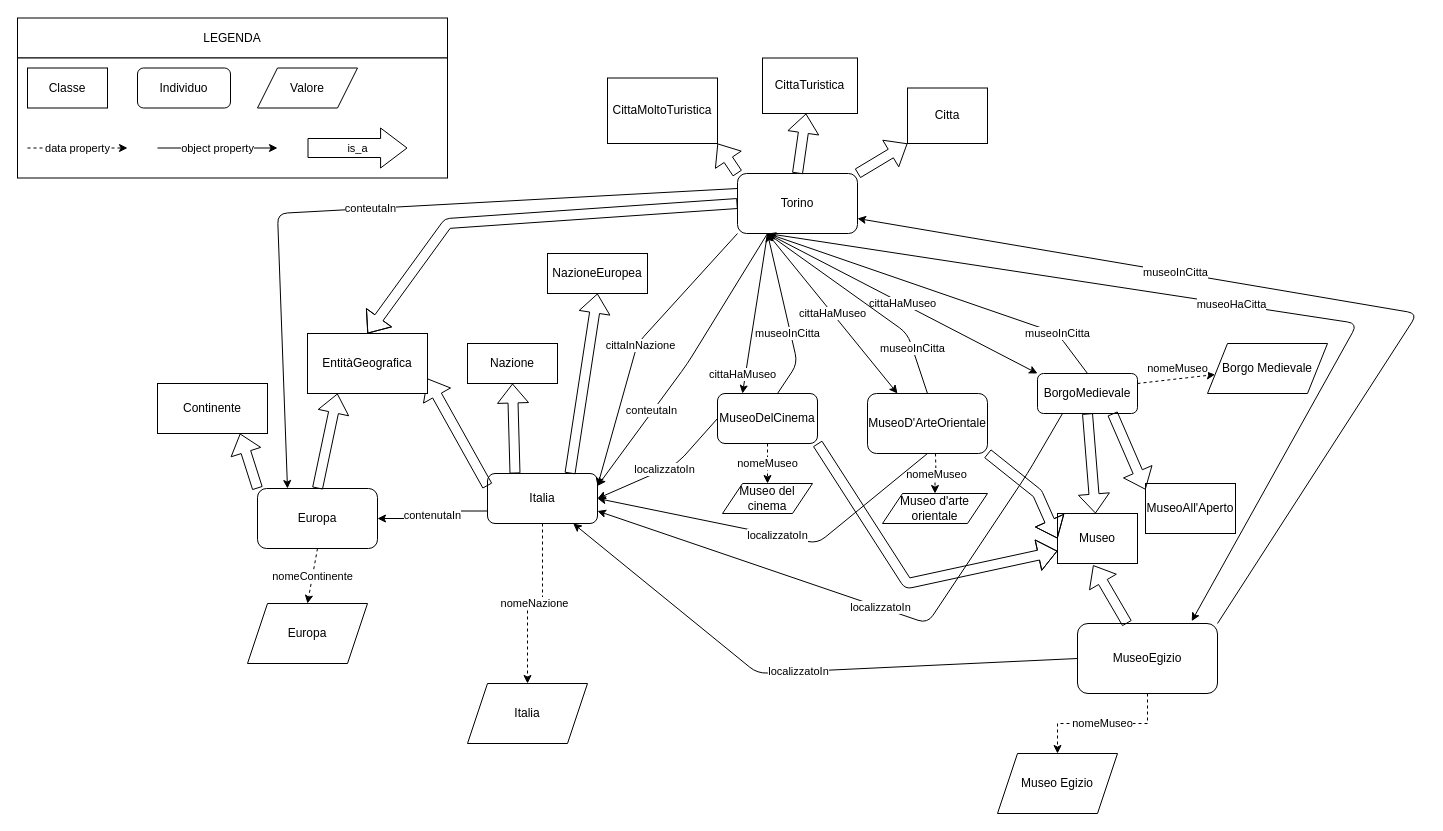
Above: templateMuseo.drawio in ModSem20-21/MuseumOntology (draw.io), before the change. Source tidied: cells renumbered, new cells numbered last; positions are measured from the earlier drawing's top-left corner, leaving out a move shared by most shapes. Both pictures are drawn from the tidied source at 100%, with x=0, y=0 at pixel (17, 17).
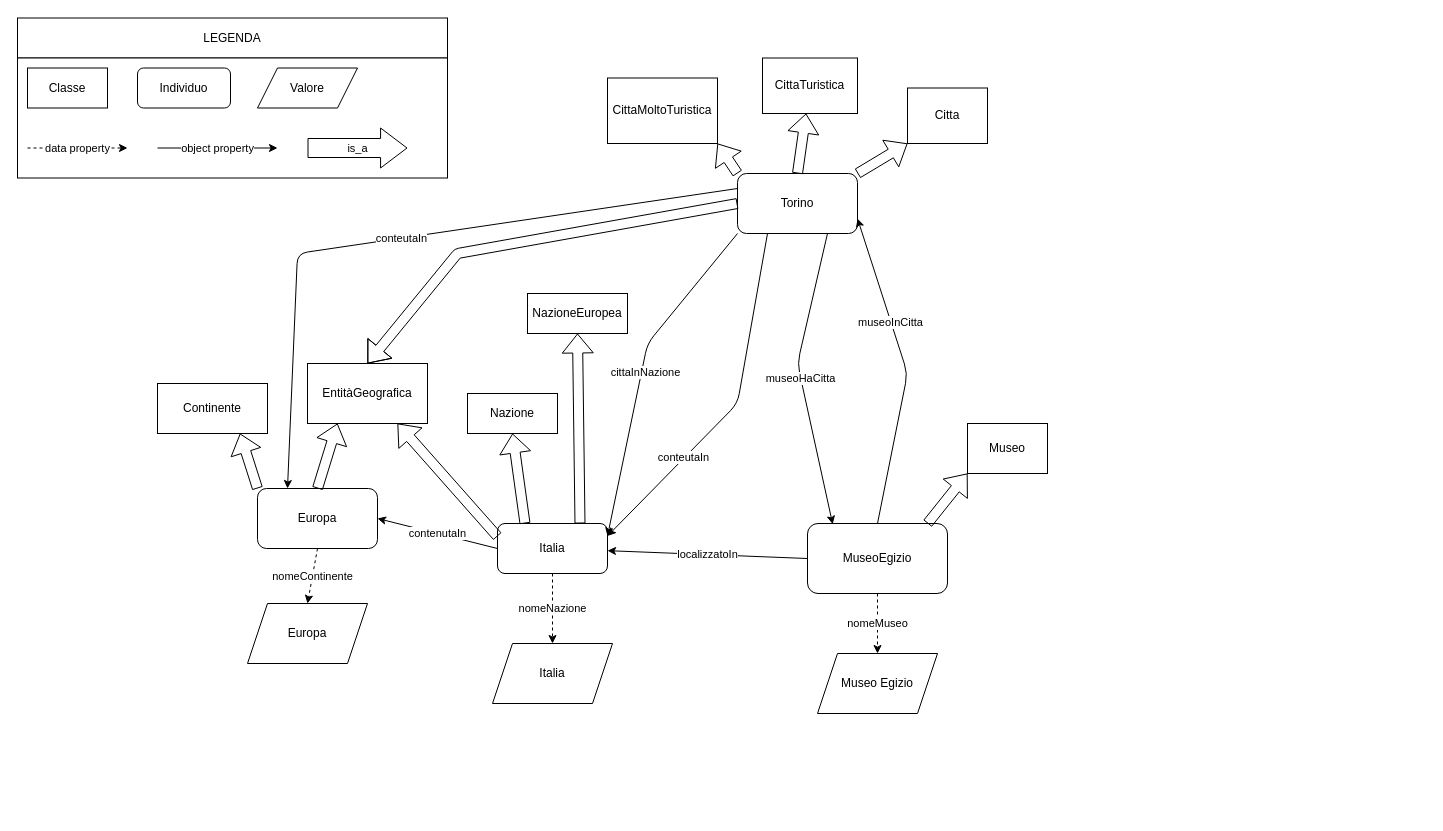
Above is the later version.

Commit message:
update template for museum

The change refers to these unchanged cells:
```xml
<mxCell id="17" value="Torino" style="rounded=1;whiteSpace=wrap;html=1;" parent="1" vertex="1">
  <mxGeometry x="720" y="156" width="120" height="60" as="geometry" />
</mxCell>
<mxCell id="26" value="Europa" style="rounded=1;whiteSpace=wrap;html=1;" parent="1" vertex="1">
  <mxGeometry x="240" y="471" width="120" height="60" as="geometry" />
</mxCell>
```

Change to the diagram source:
```diff
@@
     <mxCell id="11" value="MuseoEgizio" style="rounded=1;whiteSpace=wrap;html=1;" parent="1" vertex="1">
-      <mxGeometry x="1060" y="606" width="140" height="70" as="geometry" />
+      <mxGeometry x="790" y="506" width="140" height="70" as="geometry" />
     </mxCell>
-    <mxCell id="12" style="shape=flexArrow;endArrow=classic;html=1;entryX=0.445;entryY=1.033;entryDx=0;entryDy=0;entryPerimeter=0;" parent="1" edge="1" source="11" target="13">
-      <mxGeometry relative="1" as="geometry" />
+    <mxCell id="12" style="shape=flexArrow;endArrow=classic;html=1;entryX=0;entryY=1;entryDx=0;entryDy=0;" parent="1" edge="1" target="13">
+      <mxGeometry relative="1" as="geometry">
+        <mxPoint x="910" y="506" as="sourcePoint" />
+      </mxGeometry>
     </mxCell>
     <mxCell id="13" value="Museo" style="rounded=0;whiteSpace=wrap;html=1;" parent="1" vertex="1">
-      <mxGeometry x="1040" y="496" width="80" height="50" as="geometry" />
+      <mxGeometry x="950" y="406" width="80" height="50" as="geometry" />
     </mxCell>
@@
-    <mxCell id="15" value="contenutaIn" style="edgeStyle=orthogonalEdgeStyle;rounded=0;jettySize=auto;html=1;exitX=0;exitY=0.75;exitDx=0;exitDy=0;entryX=1;entryY=0.5;entryDx=0;entryDy=0;" parent="1" edge="1" source="16" target="26">
-      <mxGeometry relative="1" as="geometry" />
-    </mxCell>
     <mxCell id="16" value="Italia" style="rounded=1;whiteSpace=wrap;html=1;" parent="1" vertex="1">
-      <mxGeometry x="470" y="456" width="110" height="50" as="geometry" />
+      <mxGeometry x="480" y="506" width="110" height="50" as="geometry" />
     </mxCell>
@@
     <mxCell id="18" value="localizzatoIn" style="endArrow=classic;html=1;exitX=0;exitY=0.5;exitDx=0;exitDy=0;" parent="1" edge="1" source="11" target="16">
-      <mxGeometry relative="1" as="geometry">
-        <Array as="points">
-          <mxPoint x="740" y="656" />
-        </Array>
-      </mxGeometry>
+      <mxGeometry relative="1" as="geometry" />
     </mxCell>
-    <mxCell id="19" value="museoInCitta" style="endArrow=classic;html=1;exitX=1;exitY=0;exitDx=0;exitDy=0;entryX=1;entryY=0.75;entryDx=0;entryDy=0;" parent="1" edge="1" source="11" target="17">
+    <mxCell id="19" value="museoInCitta" style="endArrow=classic;html=1;exitX=0.5;exitY=0;exitDx=0;exitDy=0;entryX=1;entryY=0.75;entryDx=0;entryDy=0;" parent="1" edge="1" source="11" target="17">
       <mxGeometry x="0.31" relative="1" as="geometry">
         <Array as="points">
-          <mxPoint x="1400" y="296" />
+          <mxPoint x="890" y="356" />
         </Array>
       </mxGeometry>
     </mxCell>
     <mxCell id="20" value="Museo Egizio" style="shape=parallelogram;perimeter=parallelogramPerimeter;whiteSpace=wrap;html=1;fixedSize=1;" parent="1" vertex="1">
-      <mxGeometry x="980" y="736" width="120" height="60" as="geometry" />
+      <mxGeometry x="800" y="636" width="120" height="60" as="geometry" />
     </mxCell>
-    <mxCell id="21" style="shape=flexArrow;endArrow=classic;html=1;exitX=0;exitY=0.25;exitDx=0;exitDy=0;entryX=1;entryY=0.75;entryDx=0;entryDy=0;" parent="1" edge="1" source="16" target="24">
-      <mxGeometry relative="1" as="geometry" />
+    <mxCell id="21" style="shape=flexArrow;endArrow=classic;html=1;entryX=0.75;entryY=1;entryDx=0;entryDy=0;" parent="1" edge="1" target="24">
+      <mxGeometry relative="1" as="geometry">
+        <mxPoint x="480" y="519" as="sourcePoint" />
+      </mxGeometry>
     </mxCell>
@@
     <mxCell id="24" value="EntitàGeografica" style="rounded=0;whiteSpace=wrap;html=1;" parent="1" vertex="1">
-      <mxGeometry x="290" y="316" width="120" height="60" as="geometry" />
+      <mxGeometry x="290" y="346" width="120" height="60" as="geometry" />
     </mxCell>
     <mxCell id="25" value="Nazione" style="rounded=0;whiteSpace=wrap;html=1;" parent="1" vertex="1">
-      <mxGeometry x="450" y="326" width="90" height="40" as="geometry" />
+      <mxGeometry x="450" y="376" width="90" height="40" as="geometry" />
     </mxCell>
@@
     <mxCell id="27" value="Italia" style="shape=parallelogram;perimeter=parallelogramPerimeter;whiteSpace=wrap;html=1;fixedSize=1;" parent="1" vertex="1">
-      <mxGeometry x="450" y="666" width="120" height="60" as="geometry" />
+      <mxGeometry x="475" y="626" width="120" height="60" as="geometry" />
     </mxCell>
@@
     <mxCell id="36" style="shape=flexArrow;endArrow=classic;html=1;exitX=0;exitY=0.5;exitDx=0;exitDy=0;entryX=0.5;entryY=0;entryDx=0;entryDy=0;" parent="1" edge="1" source="17" target="24">
       <mxGeometry relative="1" as="geometry">
         <Array as="points">
-          <mxPoint x="430" y="206" />
+          <mxPoint x="440" y="236" />
         </Array>
       </mxGeometry>
     </mxCell>
@@
     <mxCell id="40" value="NazioneEuropea" style="rounded=0;whiteSpace=wrap;html=1;" parent="1" vertex="1">
-      <mxGeometry x="530" y="236" width="100" height="40" as="geometry" />
+      <mxGeometry x="510" y="276" width="100" height="40" as="geometry" />
     </mxCell>
     <mxCell id="41" value="cittaInNazione" style="endArrow=classic;html=1;exitX=0;exitY=1;exitDx=0;exitDy=0;entryX=1;entryY=0.25;entryDx=0;entryDy=0;" parent="1" edge="1" source="17" target="16">
       <mxGeometry x="0.01" y="4" relative="1" as="geometry">
         <Array as="points">
-          <mxPoint x="620" y="326" />
+          <mxPoint x="630" y="326" />
         </Array>
       </mxGeometry>
     </mxCell>
     <mxCell id="42" value="conteutaIn" style="endArrow=classic;html=1;exitX=0.25;exitY=1;exitDx=0;exitDy=0;entryX=1;entryY=0.25;entryDx=0;entryDy=0;" parent="1" edge="1" source="17" target="16">
       <mxGeometry x="0.39" y="-1" relative="1" as="geometry">
         <Array as="points">
-          <mxPoint x="670" y="346" />
+          <mxPoint x="720" y="386" />
         </Array>
       </mxGeometry>
     </mxCell>
     <mxCell id="43" value="conteutaIn" style="endArrow=classic;html=1;entryX=0.25;entryY=0;entryDx=0;entryDy=0;exitX=0;exitY=0.25;exitDx=0;exitDy=0;" parent="1" edge="1" source="17" target="26">
       <mxGeometry relative="1" as="geometry">
         <Array as="points">
-          <mxPoint x="260" y="196" />
+          <mxPoint x="280" y="236" />
         </Array>
       </mxGeometry>
     </mxCell>
-    <mxCell id="44" value="BorgoMedievale" style="rounded=1;whiteSpace=wrap;html=1;" parent="1" vertex="1">
-      <mxGeometry x="1020" y="356" width="100" height="40" as="geometry" />
-    </mxCell>
-    <mxCell id="45" value="nomeMuseo" style="edgeStyle=orthogonalEdgeStyle;rounded=0;jettySize=auto;html=1;dashed=1;" parent="1" edge="1" target="63">
-      <mxGeometry relative="1" as="geometry">
-        <mxPoint x="918" y="436" as="sourcePoint" />
-      </mxGeometry>
-    </mxCell>
-    <mxCell id="46" value="MuseoD'ArteOrientale" style="rounded=1;whiteSpace=wrap;html=1;" parent="1" vertex="1">
-      <mxGeometry x="850" y="376" width="120" height="60" as="geometry" />
-    </mxCell>
-    <mxCell id="47" value="nomeMuseo" style="edgeStyle=orthogonalEdgeStyle;rounded=0;jettySize=auto;html=1;dashed=1;" parent="1" edge="1" source="48" target="62">
-      <mxGeometry relative="1" as="geometry" />
-    </mxCell>
-    <mxCell id="48" value="MuseoDelCinema" style="rounded=1;whiteSpace=wrap;html=1;" parent="1" vertex="1">
-      <mxGeometry x="700" y="376" width="100" height="50" as="geometry" />
-    </mxCell>
-    <mxCell id="49" value="cittaHaMuseo" style="endArrow=classic;html=1;exitX=0.25;exitY=1;exitDx=0;exitDy=0;entryX=0.25;entryY=0;entryDx=0;entryDy=0;" parent="1" edge="1" source="17" target="48">
-      <mxGeometry x="0.76" y="-3" relative="1" as="geometry" />
-    </mxCell>
-    <mxCell id="50" value="museoHaCitta" style="endArrow=classic;html=1;exitX=0.25;exitY=1;exitDx=0;exitDy=0;entryX=0.816;entryY=-0.034;entryDx=0;entryDy=0;entryPerimeter=0;" parent="1" edge="1" source="17" target="11">
+    <mxCell id="50" value="museoHaCitta" style="endArrow=classic;html=1;exitX=0.75;exitY=1;exitDx=0;exitDy=0;entryX=0.18;entryY=0.01;entryDx=0;entryDy=0;entryPerimeter=0;" parent="1" edge="1" source="17" target="11">
       <mxGeometry relative="1" as="geometry">
         <Array as="points">
-          <mxPoint x="1340" y="306" />
+          <mxPoint x="780" y="346" />
         </Array>
       </mxGeometry>
     </mxCell>
-    <mxCell id="51" value="cittaHaMuseo" style="endArrow=classic;html=1;exitX=0.25;exitY=1;exitDx=0;exitDy=0;entryX=0.25;entryY=0;entryDx=0;entryDy=0;" parent="1" edge="1" source="17" target="46">
-      <mxGeometry relative="1" as="geometry" />
-    </mxCell>
-    <mxCell id="52" value="cittaHaMuseo" style="endArrow=classic;html=1;exitX=0.25;exitY=1;exitDx=0;exitDy=0;entryX=0;entryY=0;entryDx=0;entryDy=0;" parent="1" edge="1" source="17" target="44">
-      <mxGeometry relative="1" as="geometry" />
-    </mxCell>
-    <mxCell id="53" value="localizzatoIn" style="endArrow=classic;html=1;exitX=0;exitY=0.5;exitDx=0;exitDy=0;entryX=1;entryY=0.5;entryDx=0;entryDy=0;" parent="1" edge="1" source="48" target="16">
-      <mxGeometry relative="1" as="geometry">
-        <Array as="points">
-          <mxPoint x="660" y="446" />
-        </Array>
-      </mxGeometry>
-    </mxCell>
-    <mxCell id="54" value="museoInCitta" style="endArrow=classic;html=1;exitX=0.5;exitY=0;exitDx=0;exitDy=0;" parent="1" edge="1" source="46">
-      <mxGeometry x="-0.6" relative="1" as="geometry">
-        <mxPoint x="750" y="216" as="targetPoint" />
-        <Array as="points">
-          <mxPoint x="890" y="316" />
-        </Array>
-      </mxGeometry>
-    </mxCell>
-    <mxCell id="55" value="museoInCitta" style="endArrow=classic;html=1;entryX=0.25;entryY=1;entryDx=0;entryDy=0;" parent="1" edge="1" target="17">
-      <mxGeometry x="-0.2" y="3" relative="1" as="geometry">
-        <mxPoint x="760" y="376" as="sourcePoint" />
-        <Array as="points">
-          <mxPoint x="780" y="346" />
-        </Array>
-      </mxGeometry>
-    </mxCell>
-    <mxCell id="56" value="museoInCitta" style="endArrow=classic;html=1;exitX=0.5;exitY=0;exitDx=0;exitDy=0;" parent="1" edge="1" source="44">
-      <mxGeometry x="-0.72" relative="1" as="geometry">
-        <mxPoint x="750" y="216" as="targetPoint" />
-        <Array as="points">
-          <mxPoint x="1040" y="316" />
-        </Array>
-      </mxGeometry>
-    </mxCell>
-    <mxCell id="57" value="localizzatoIn" style="endArrow=classic;html=1;exitX=0.5;exitY=1;exitDx=0;exitDy=0;entryX=1;entryY=0.5;entryDx=0;entryDy=0;" parent="1" edge="1" source="46" target="16">
-      <mxGeometry relative="1" as="geometry">
-        <Array as="points">
-          <mxPoint x="800" y="526" />
-        </Array>
-      </mxGeometry>
-    </mxCell>
-    <mxCell id="58" value="localizzatoIn" style="endArrow=classic;html=1;exitX=0.25;exitY=1;exitDx=0;exitDy=0;entryX=1;entryY=0.75;entryDx=0;entryDy=0;" parent="1" edge="1" source="44" target="16">
-      <mxGeometry relative="1" as="geometry">
-        <Array as="points">
-          <mxPoint x="1010" y="456" />
-          <mxPoint x="910" y="606" />
-        </Array>
-      </mxGeometry>
-    </mxCell>
-    <mxCell id="59" style="shape=flexArrow;endArrow=classic;html=1;exitX=0.5;exitY=1;exitDx=0;exitDy=0;" parent="1" edge="1" source="44" target="13">
-      <mxGeometry relative="1" as="geometry" />
-    </mxCell>
-    <mxCell id="60" style="shape=flexArrow;endArrow=classic;html=1;exitX=1;exitY=1;exitDx=0;exitDy=0;entryX=0;entryY=0.5;entryDx=0;entryDy=0;" parent="1" edge="1" source="46" target="13">
-      <mxGeometry relative="1" as="geometry">
-        <Array as="points">
-          <mxPoint x="1020" y="476" />
-        </Array>
-      </mxGeometry>
-    </mxCell>
-    <mxCell id="61" style="shape=flexArrow;endArrow=classic;html=1;exitX=1;exitY=1;exitDx=0;exitDy=0;entryX=0;entryY=0.75;entryDx=0;entryDy=0;" parent="1" edge="1" source="48" target="13">
-      <mxGeometry relative="1" as="geometry">
-        <Array as="points">
-          <mxPoint x="890" y="566" />
-        </Array>
-      </mxGeometry>
-    </mxCell>
-    <mxCell id="62" value="Museo del cinema" style="shape=parallelogram;perimeter=parallelogramPerimeter;whiteSpace=wrap;html=1;fixedSize=1;" parent="1" vertex="1">
-      <mxGeometry x="705" y="466" width="90" height="30" as="geometry" />
-    </mxCell>
-    <mxCell id="63" value="Museo d'arte orientale" style="shape=parallelogram;perimeter=parallelogramPerimeter;whiteSpace=wrap;html=1;fixedSize=1;" parent="1" vertex="1">
-      <mxGeometry x="865" y="476" width="105" height="30" as="geometry" />
-    </mxCell>
-    <mxCell id="64" value="MuseoAll'Aperto" style="rounded=0;whiteSpace=wrap;html=1;" parent="1" vertex="1">
-      <mxGeometry x="1128" y="466" width="90" height="50" as="geometry" />
-    </mxCell>
-    <mxCell id="65" style="shape=flexArrow;endArrow=classic;html=1;exitX=0.75;exitY=1;exitDx=0;exitDy=0;entryX=0;entryY=0.123;entryDx=0;entryDy=0;entryPerimeter=0;" parent="1" edge="1" source="44" target="64">
-      <mxGeometry relative="1" as="geometry" />
-    </mxCell>
-    <mxCell id="66" value="Borgo Medievale" style="shape=parallelogram;perimeter=parallelogramPerimeter;whiteSpace=wrap;html=1;fixedSize=1;" parent="1" vertex="1">
-      <mxGeometry x="1190" y="326" width="120" height="50" as="geometry" />
-    </mxCell>
-    <mxCell id="67" value="nomeMuseo" style="endArrow=classic;html=1;dashed=1;" parent="1" edge="1" target="66">
-      <mxGeometry x="0.06" y="10" relative="1" as="geometry">
-        <mxPoint x="1120" y="366" as="sourcePoint" />
-      </mxGeometry>
-    </mxCell>
+    <mxCell id="15" value="contenutaIn" style="endArrow=classic;html=1;exitX=0;exitY=0.5;exitDx=0;exitDy=0;entryX=1;entryY=0.5;entryDx=0;entryDy=0;" parent="1" edge="1" source="16" target="26">
+      <mxGeometry relative="1" as="geometry" />
+    </mxCell>
```
